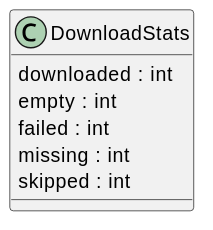
The PlantUML diagram docs/diagrams/python-classes.puml.svg in casonk/zillow-public-data, before a commit.
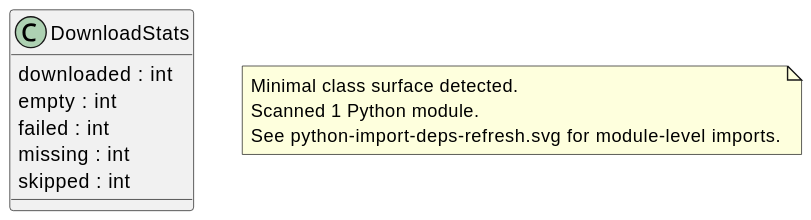
After the commit.

Commit message:
docs: refresh python sidecar diagrams

Diff of the diagram source:
```diff
@@ -7,4 +7,9 @@
   missing : int
   skipped : int
 }
+note as archilityPythonSurfaceNote
+Minimal class surface detected.
+Scanned 1 Python module.
+See python-import-deps-refresh.svg for module-level imports.
+end note
 @enduml
```
